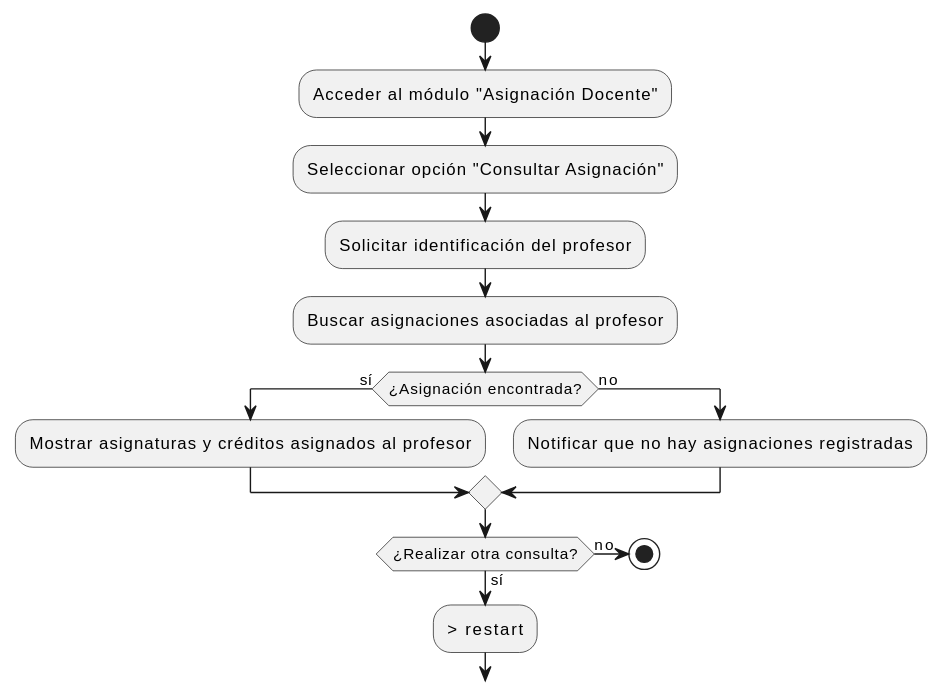
Above: images/modelosUML/CdU/DetallarCasosDeUso/Conjunto/ConsultarProfesor.svg in mmasias/24-25-IdSw1-SDR (PlantUML), before the change.
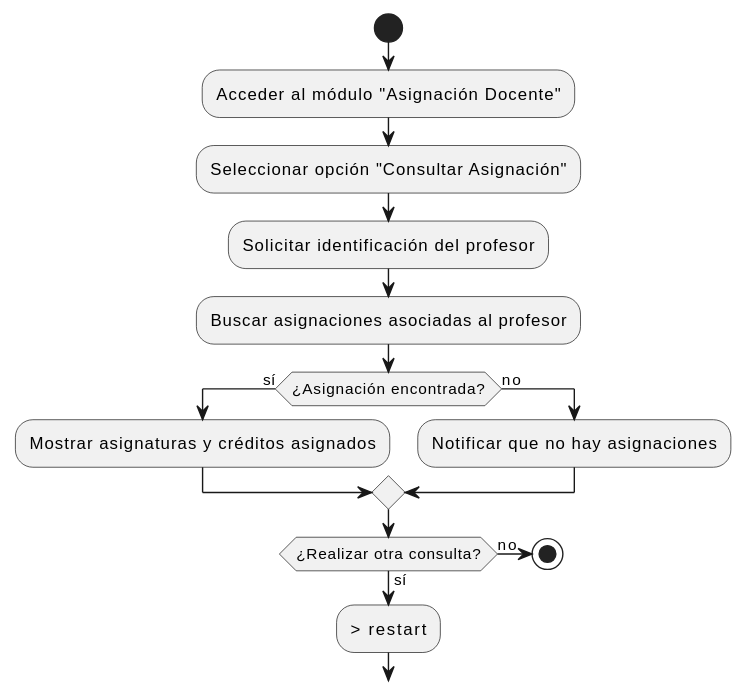
The same diagram one commit later.

Change to the diagram source:
```diff
@@ -7,9 +7,9 @@
 :Buscar asignaciones asociadas al profesor;
 
 if (¿Asignación encontrada?) then (sí)
-  :Mostrar asignaturas y créditos asignados al profesor;
+  :Mostrar asignaturas y créditos asignados;
 else (no)
-  :Notificar que no hay asignaciones registradas;
+  :Notificar que no hay asignaciones;
 endif
 
 if (¿Realizar otra consulta?) then (sí)
```
